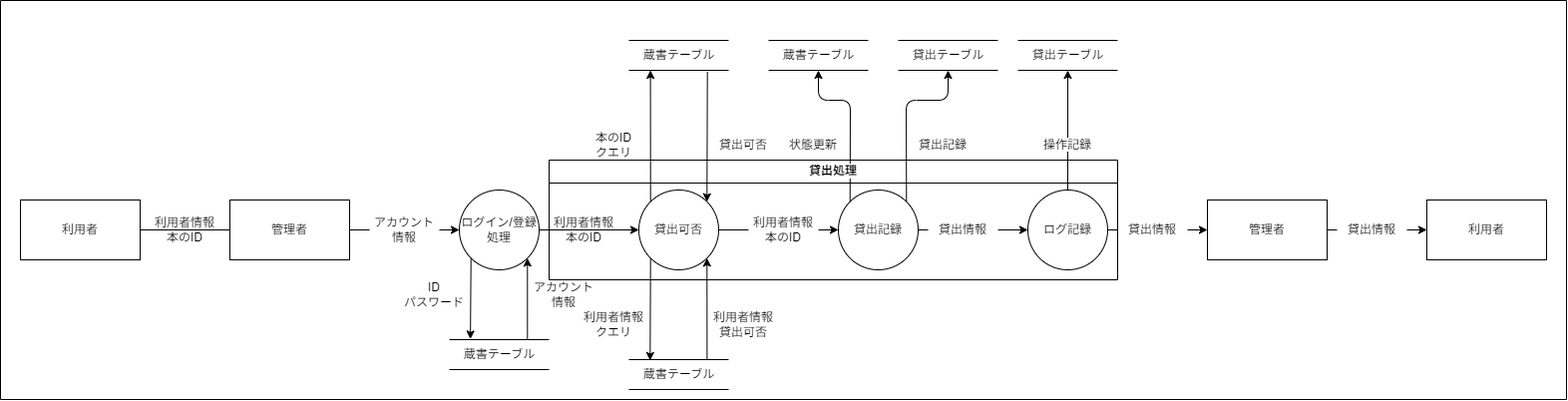
This is documents/diagrams/DFD_レベル2_貸出処理.drawio.png from OMEGA-himajin/book_database, a draw.io export, as it was before one commit. Source tidied: cells renumbered, new cells last; positions are measured from the earlier drawing's top-left corner, leaving out a move shared by most shapes.
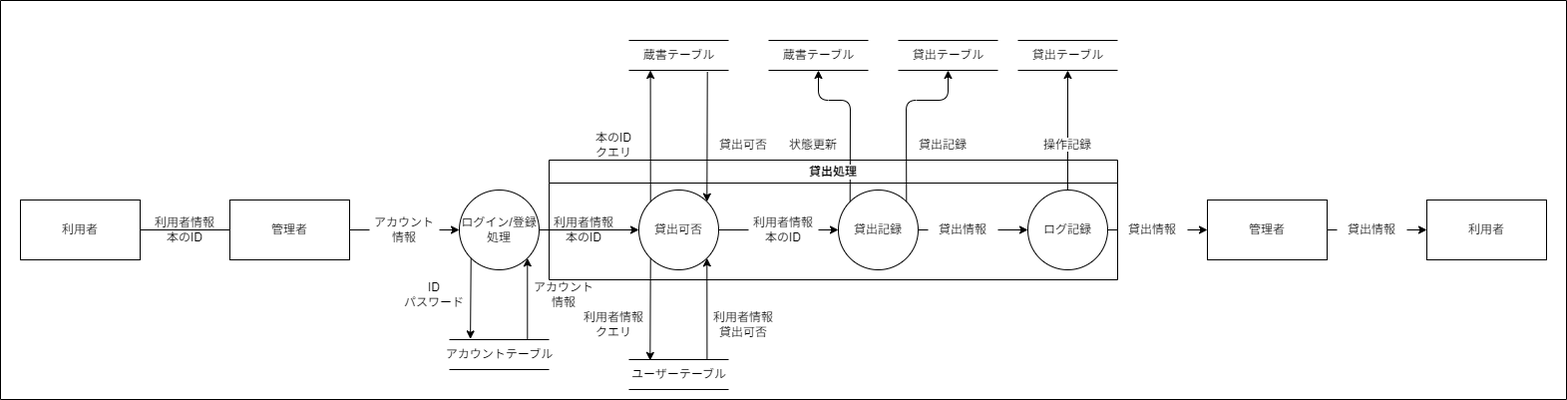
After the commit.

What changed in the source:
```diff
@@ -92,7 +92,7 @@
     <mxCell id="27" value="&lt;font color=&quot;#000000&quot;&gt;利用者情報&lt;br&gt;本のID&lt;br&gt;&lt;/font&gt;" style="text;html=1;strokeColor=none;fillColor=none;align=center;verticalAlign=middle;whiteSpace=wrap;rounded=0;labelBackgroundColor=none;fontColor=#FFFFFF;" parent="1" vertex="1">
       <mxGeometry x="750" y="215" width="70" height="30" as="geometry" />
     </mxCell>
-    <mxCell id="28" value="&lt;font color=&quot;#000000&quot;&gt;蔵書テーブル&lt;/font&gt;" style="html=1;dashed=0;whitespace=wrap;shape=partialRectangle;right=0;left=0;labelBackgroundColor=#FFFFFF;fillColor=none;strokeColor=#000000;" parent="1" vertex="1">
+    <mxCell id="28" value="&lt;font color=&quot;#000000&quot;&gt;アカウントテーブル&lt;/font&gt;" style="html=1;dashed=0;whitespace=wrap;shape=partialRectangle;right=0;left=0;labelBackgroundColor=#FFFFFF;fillColor=none;strokeColor=#000000;" parent="1" vertex="1">
       <mxGeometry x="450" y="340" width="100" height="30" as="geometry" />
     </mxCell>
     <mxCell id="29" value="&lt;font color=&quot;#000000&quot;&gt;ID&lt;br&gt;パスワード&lt;br&gt;&lt;/font&gt;" style="text;html=1;strokeColor=none;fillColor=none;align=center;verticalAlign=middle;whiteSpace=wrap;rounded=0;labelBackgroundColor=none;fontColor=#FFFFFF;" parent="1" vertex="1">
@@ -167,7 +167,7 @@
     <mxCell id="52" style="swimlane;startSize=0;labelBackgroundColor=#FFFFFF;strokeColor=#000000;fontColor=#000000;fillColor=none;" parent="1" vertex="1">
       <mxGeometry width="1570" height="400" as="geometry" />
     </mxCell>
-    <mxCell id="53" value="&lt;font color=&quot;#000000&quot;&gt;蔵書テーブル&lt;/font&gt;" style="html=1;dashed=0;whitespace=wrap;shape=partialRectangle;right=0;left=0;labelBackgroundColor=#FFFFFF;fillColor=none;strokeColor=#000000;" parent="52" vertex="1">
+    <mxCell id="53" value="&lt;font color=&quot;#000000&quot;&gt;ユーザーテーブル&lt;/font&gt;" style="html=1;dashed=0;whitespace=wrap;shape=partialRectangle;right=0;left=0;labelBackgroundColor=#FFFFFF;fillColor=none;strokeColor=#000000;" parent="52" vertex="1">
       <mxGeometry x="630" y="360" width="100" height="30" as="geometry" />
     </mxCell>
     <mxCell id="54" value="&lt;font color=&quot;#000000&quot;&gt;&lt;span style=&quot;background-color: rgb(255, 255, 255);&quot;&gt;利用者情報&lt;br&gt;クエリ&lt;/span&gt;&lt;br&gt;&lt;/font&gt;" style="text;html=1;strokeColor=none;fillColor=none;align=center;verticalAlign=middle;whiteSpace=wrap;rounded=0;labelBackgroundColor=none;fontColor=#FFFFFF;" parent="52" vertex="1">
```
